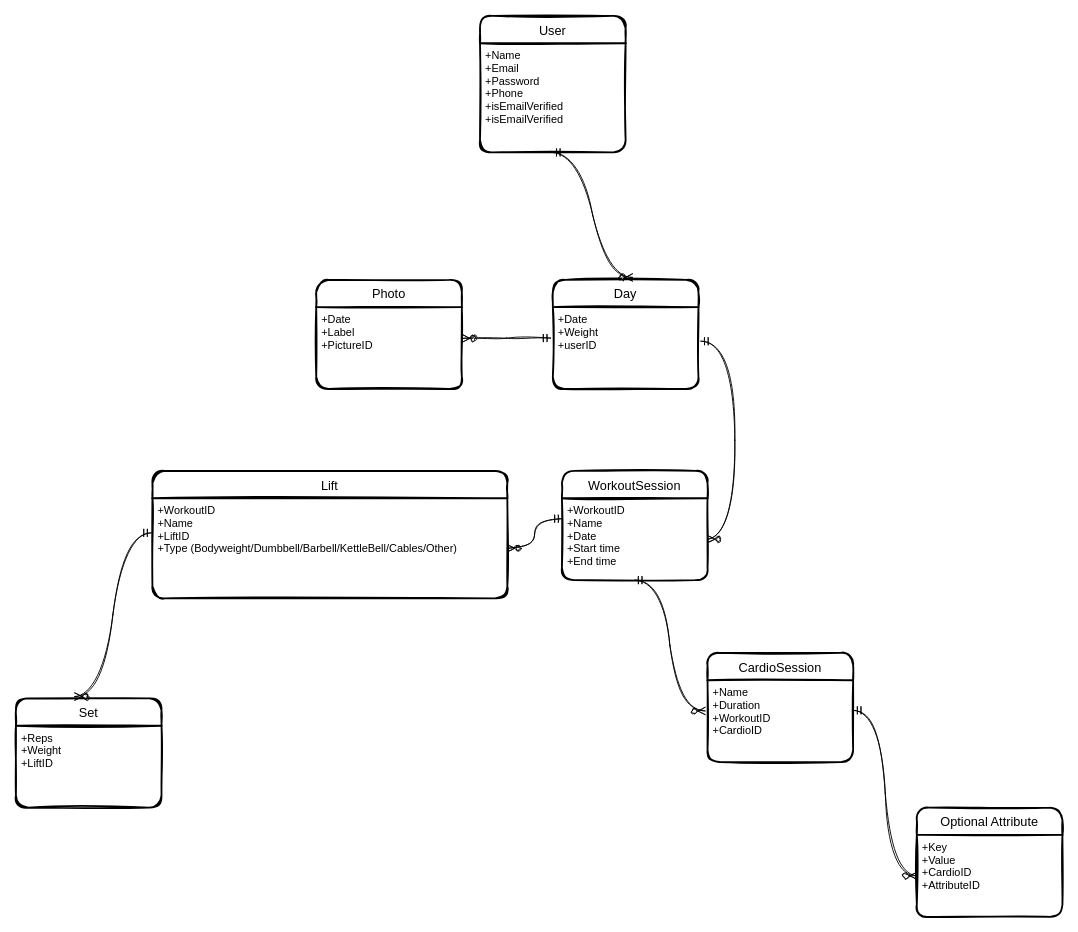
Before: databasediagram.drawio in abhishekxix/workout-tacker-backend, a draw.io diagram. Source tidied: cells renumbered, new cells numbered last; positions are measured from the earlier drawing's top-left corner, leaving out a move shared by most shapes. Both pictures are drawn from the tidied source at 91%, with x=0, y=0 at pixel (15, 15).
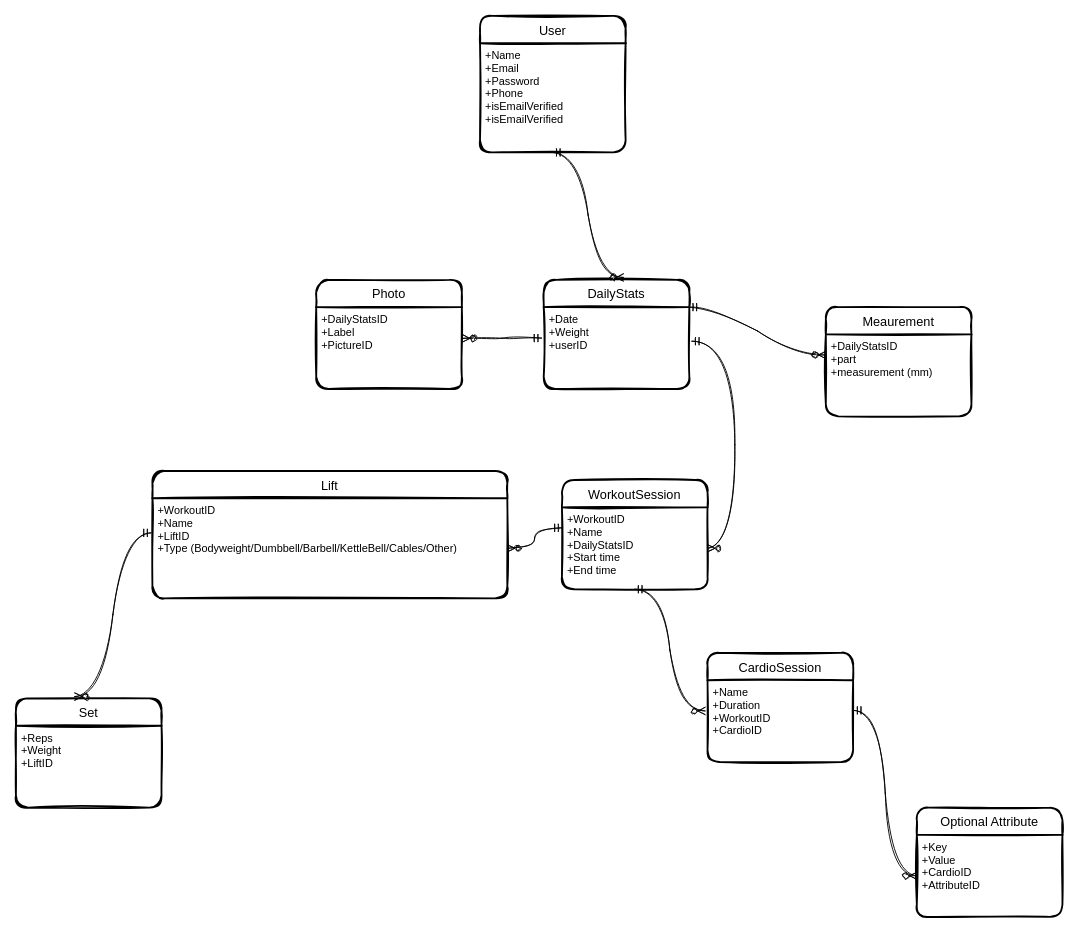
The same page after the edit.

Unchanged cells that the change refers to:
```xml
<mxCell id="10" value="+Date&#10;+Weight&#10;+userID" style="align=left;strokeColor=none;fillColor=none;spacingLeft=4;fontSize=12;verticalAlign=top;rounded=1;sketch=1;" parent="9" vertex="1">
  <mxGeometry y="30" width="160" height="90" as="geometry" />
</mxCell>
<mxCell id="11" value="Photo" style="swimlane;horizontal=1;startSize=30;rounded=1;fontSize=14;fontStyle=0;strokeWidth=2;shadow=0;dashed=0;align=center;sketch=1;" parent="1" vertex="1">
  <mxGeometry x="330" y="290" width="160" height="120" as="geometry" />
</mxCell>
```

Change to the diagram source:
```diff
@@
     <mxCell id="6" value="WorkoutSession" style="swimlane;horizontal=1;startSize=30;rounded=1;fontSize=14;fontStyle=0;strokeWidth=2;shadow=0;dashed=0;align=center;sketch=1;" parent="1" vertex="1">
-      <mxGeometry x="600" y="500" width="160" height="120" as="geometry" />
+      <mxGeometry x="600" y="510" width="160" height="120" as="geometry" />
     </mxCell>
-    <mxCell id="7" value="+WorkoutID&#10;+Name&#10;+Date&#10;+Start time&#10;+End time" style="align=left;strokeColor=none;fillColor=none;spacingLeft=4;fontSize=12;verticalAlign=top;rounded=1;sketch=1;" parent="6" vertex="1">
+    <mxCell id="7" value="+WorkoutID&#10;+Name&#10;+DailyStatsID&#10;+Start time&#10;+End time" style="align=left;strokeColor=none;fillColor=none;spacingLeft=4;fontSize=12;verticalAlign=top;rounded=1;sketch=1;" parent="6" vertex="1">
       <mxGeometry y="30" width="160" height="90" as="geometry" />
     </mxCell>
@@
-    <mxCell id="9" value="Day" style="swimlane;horizontal=1;startSize=30;rounded=1;fontSize=14;fontStyle=0;strokeWidth=2;shadow=0;dashed=0;align=center;sketch=1;" parent="1" vertex="1">
-      <mxGeometry x="590" y="290" width="160" height="120" as="geometry" />
+    <mxCell id="9" value="DailyStats" style="swimlane;horizontal=1;startSize=30;rounded=1;fontSize=14;fontStyle=0;strokeWidth=2;shadow=0;dashed=0;align=center;sketch=1;" parent="1" vertex="1">
+      <mxGeometry x="580" y="290" width="160" height="120" as="geometry" />
     </mxCell>
@@
-    <mxCell id="12" value="+Date&#10;+Label&#10;+PictureID" style="align=left;strokeColor=none;fillColor=none;spacingLeft=4;fontSize=12;verticalAlign=top;rounded=1;sketch=1;" parent="11" vertex="1">
+    <mxCell id="12" value="+DailyStatsID&#10;+Label&#10;+PictureID" style="align=left;strokeColor=none;fillColor=none;spacingLeft=4;fontSize=12;verticalAlign=top;rounded=1;sketch=1;" parent="11" vertex="1">
       <mxGeometry y="30" width="160" height="90" as="geometry" />
     </mxCell>
@@
+    <mxCell id="25" value="Meaurement" style="swimlane;horizontal=1;startSize=30;rounded=1;fontSize=14;fontStyle=0;strokeWidth=2;shadow=0;dashed=0;align=center;sketch=1;" parent="1" vertex="1">
+      <mxGeometry x="890" y="320" width="160" height="120" as="geometry" />
+    </mxCell>
+    <mxCell id="26" value="+DailyStatsID&#10;+part&#10;+measurement (mm)" style="align=left;strokeColor=none;fillColor=none;spacingLeft=4;fontSize=12;verticalAlign=top;rounded=1;sketch=1;" parent="25" vertex="1">
+      <mxGeometry y="30" width="160" height="90" as="geometry" />
+    </mxCell>
+    <mxCell id="27" style="edgeStyle=entityRelationEdgeStyle;fontSize=12;html=1;endArrow=ERzeroToMany;startArrow=ERmandOne;rounded=1;exitX=1;exitY=0;exitDx=0;exitDy=0;curved=1;sketch=1;entryX=0;entryY=0.25;entryDx=0;entryDy=0;" parent="1" edge="1" source="10" target="26">
+      <mxGeometry relative="1" as="geometry" />
+    </mxCell>
```
